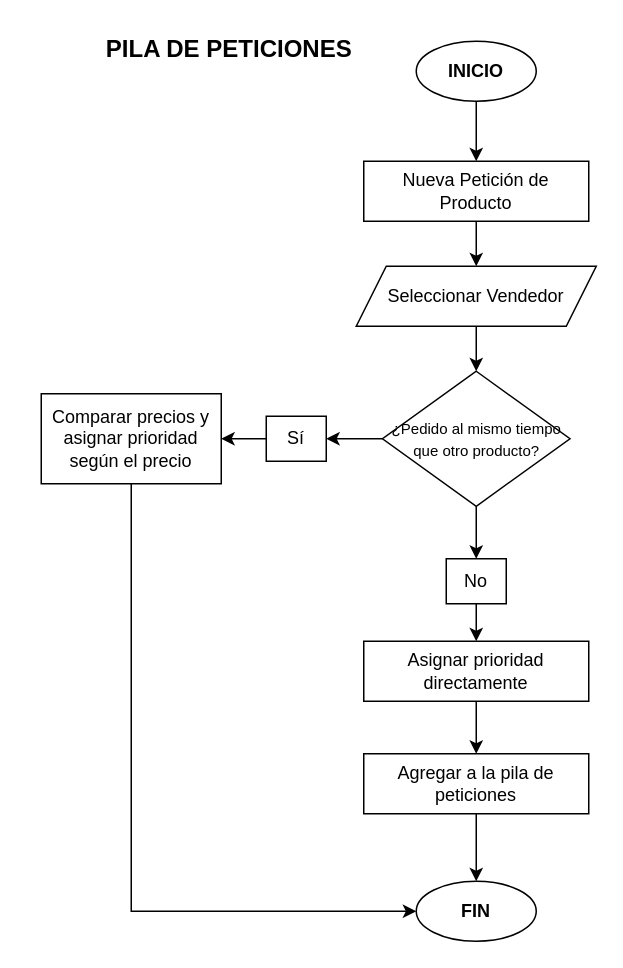
The draw.io diagram PilaDePeticiones.drawio in vitoriadelanachaves/diagramas_de_flujo, before the edit. Source tidied: cells renumbered, new cells numbered last; positions are measured from the earlier drawing's top-left corner, leaving out a move shared by most shapes. Both pictures are drawn from the tidied source at 150%, with x=0, y=0 at pixel (40, 26).
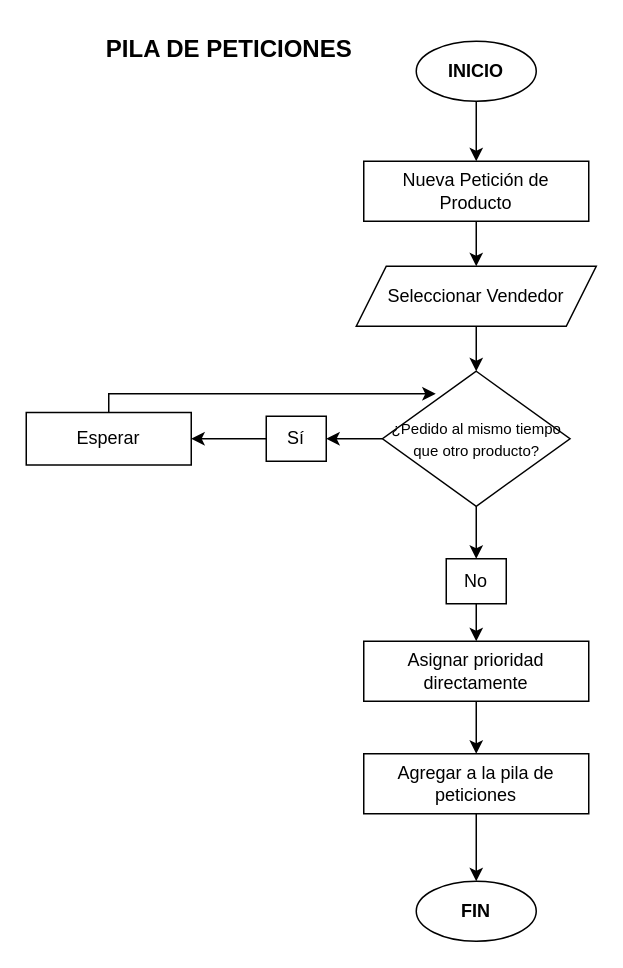
After the change.

The change refers to these unchanged cells:
```xml
<mxCell id="14" value="&lt;b&gt;FIN&lt;/b&gt;" style="ellipse;whiteSpace=wrap;html=1;" parent="1" vertex="1">
  <mxGeometry x="250" y="570" width="80" height="40" as="geometry" />
</mxCell>
<mxCell id="17" value="&lt;span style=&quot;font-size: 10px;&quot;&gt;¿Pedido al mismo tiempo que otro producto?&lt;/span&gt;" style="rhombus;whiteSpace=wrap;html=1;" parent="1" vertex="1">
  <mxGeometry x="227.5" y="230" width="125" height="90" as="geometry" />
</mxCell>
```

What changed in the source:
```diff
@@
-    <mxCell id="21" style="edgeStyle=orthogonalEdgeStyle;rounded=0;jettySize=auto;html=1;exitX=0.5;exitY=1;exitDx=0;exitDy=0;entryX=0;entryY=0.5;entryDx=0;entryDy=0;" parent="1" edge="1" source="22" target="14">
-      <mxGeometry relative="1" as="geometry" />
-    </mxCell>
-    <mxCell id="22" value="Comparar precios y asignar prioridad según el precio" style="rounded=0;whiteSpace=wrap;html=1;fillColor=none;" parent="1" vertex="1">
-      <mxGeometry y="245" width="120" height="60" as="geometry" />
+    <mxCell id="22" value="Esperar" style="rounded=0;whiteSpace=wrap;html=1;fillColor=none;" parent="1" vertex="1">
+      <mxGeometry x="-10" y="257.5" width="110" height="35" as="geometry" />
     </mxCell>
+    <mxCell id="23" style="edgeStyle=orthogonalEdgeStyle;rounded=0;jettySize=auto;html=1;exitX=0.5;exitY=0;exitDx=0;exitDy=0;entryX=0.284;entryY=0.167;entryDx=0;entryDy=0;entryPerimeter=0;" parent="1" edge="1" source="22" target="17">
+      <mxGeometry relative="1" as="geometry">
+        <Array as="points">
+          <mxPoint x="45" y="245" />
+        </Array>
+      </mxGeometry>
+    </mxCell>
```
